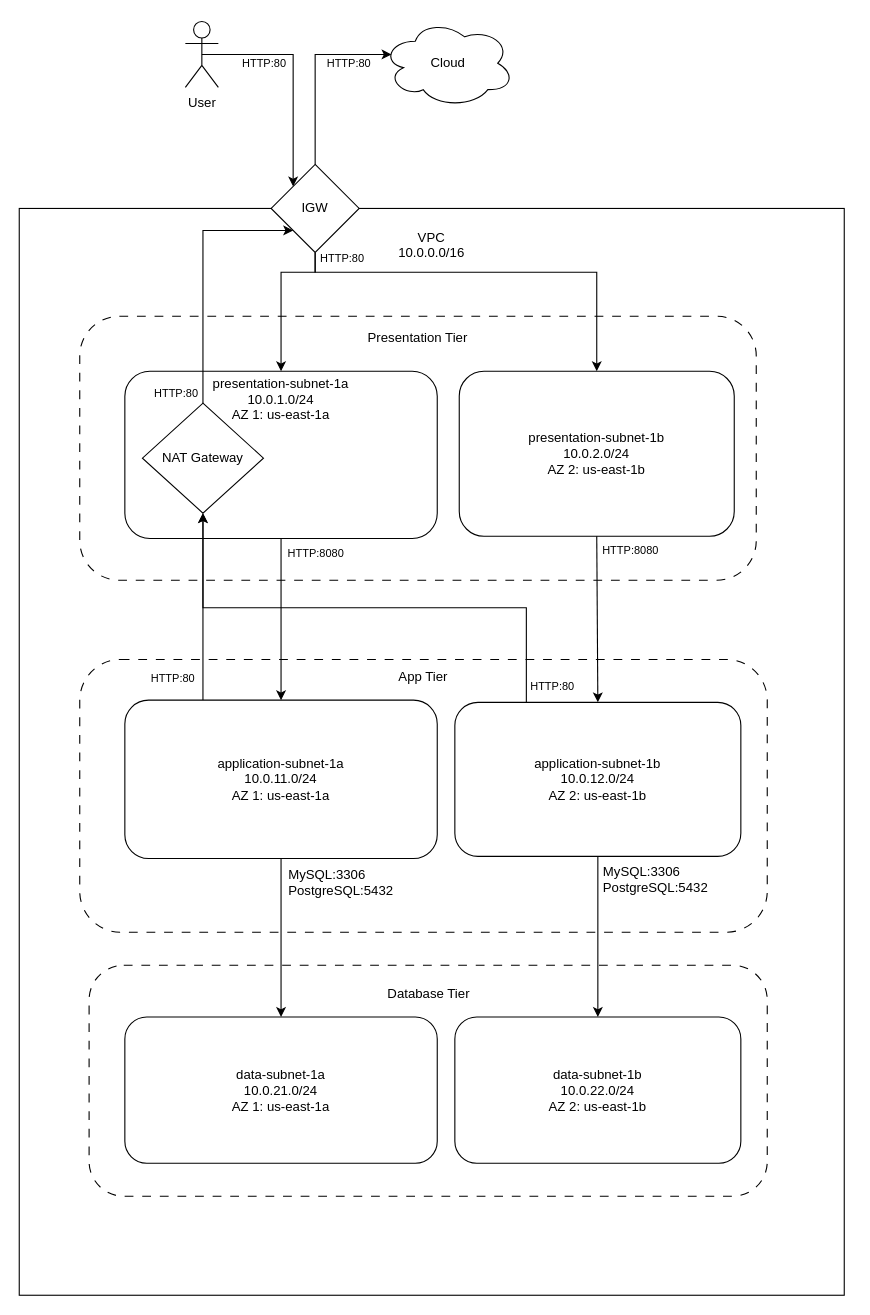
Earlier version of the draw.io diagram architecture/XML/Network.drawio (Jcaldana97/ce-project-three-tier-arch). Source tidied: cells renumbered, new cells numbered last; positions are measured from the earlier drawing's top-left corner, leaving out a move shared by most shapes. Both pictures are drawn from the tidied source at 110%, with x=0, y=0 at pixel (19, 19).
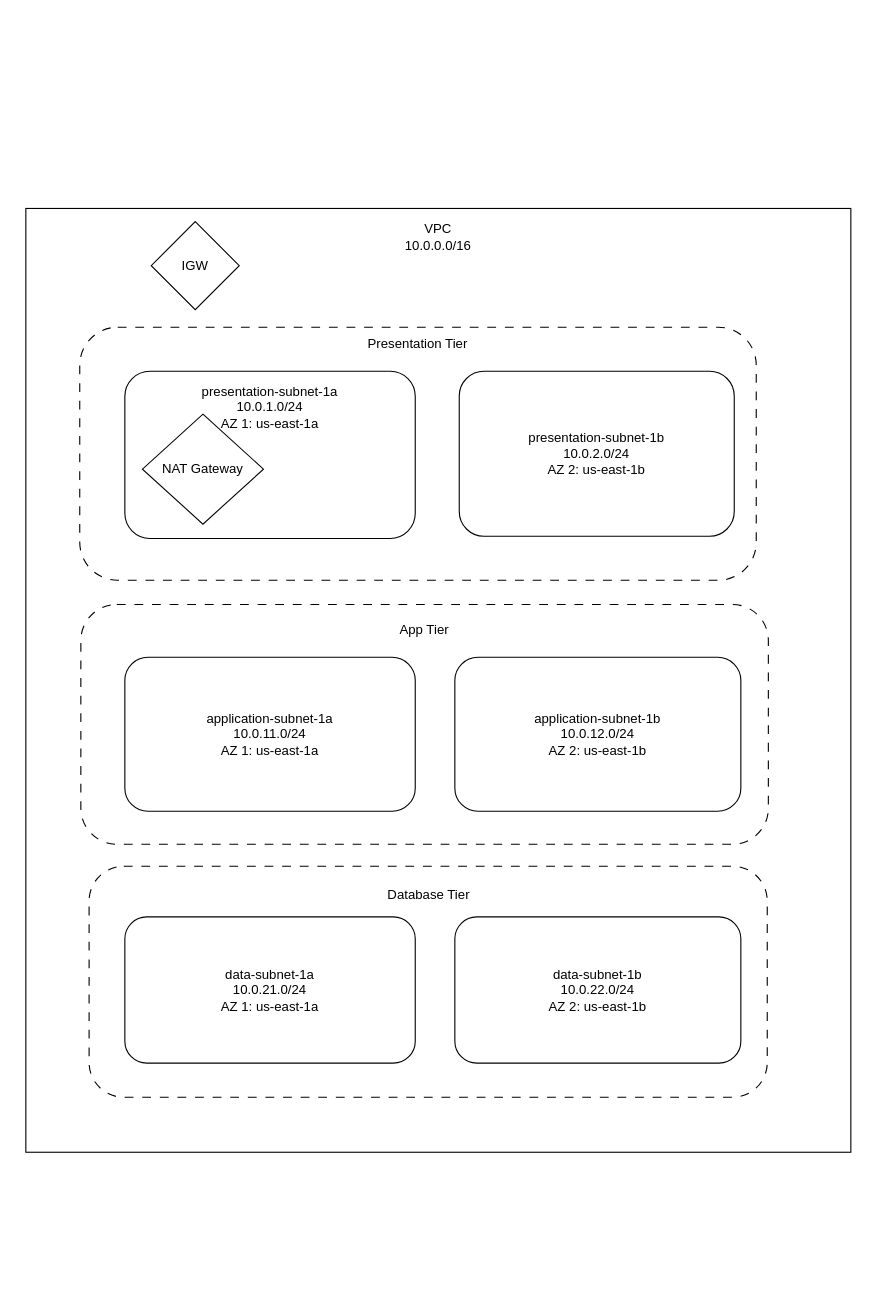
After the change.

Commit message (it also covers changes not shown here):
Add Traffic Flow Diagram

The change refers to these unchanged cells:
```xml
<mxCell id="7" value="&lt;div&gt;presentation-subnet-1b&lt;/div&gt;&lt;div&gt;&lt;span style=&quot;font-size: 12px;&quot;&gt;10.0.2.0/24&lt;/span&gt;&lt;/div&gt;AZ 2: us-east-1b" style="rounded=1;whiteSpace=wrap;html=1;" parent="1" vertex="1">
  <mxGeometry x="400" y="320" width="250" height="150" as="geometry" />
</mxCell>
```

What changed in the source:
```diff
@@
-    <mxCell id="2" value="&lt;div&gt;VPC&lt;/div&gt;&lt;div&gt;10.0.0.0/16&lt;/div&gt;&lt;div&gt;&lt;br&gt;&lt;/div&gt;&lt;div&gt;&lt;br&gt;&lt;/div&gt;&lt;div&gt;&lt;br&gt;&lt;/div&gt;&lt;div&gt;&lt;br&gt;&lt;/div&gt;&lt;div&gt;&lt;br&gt;&lt;/div&gt;&lt;div&gt;&lt;br&gt;&lt;/div&gt;&lt;div&gt;&lt;br&gt;&lt;/div&gt;&lt;div&gt;&lt;br&gt;&lt;/div&gt;&lt;div&gt;&lt;br&gt;&lt;/div&gt;&lt;div&gt;&lt;br&gt;&lt;/div&gt;&lt;div&gt;&lt;br&gt;&lt;/div&gt;&lt;div&gt;&lt;br&gt;&lt;/div&gt;&lt;div&gt;&lt;br&gt;&lt;/div&gt;&lt;div&gt;&lt;br&gt;&lt;/div&gt;&lt;div&gt;&lt;br&gt;&lt;/div&gt;&lt;div&gt;&lt;br&gt;&lt;/div&gt;&lt;div&gt;&lt;br&gt;&lt;/div&gt;&lt;div&gt;&lt;br&gt;&lt;/div&gt;&lt;div&gt;&lt;br&gt;&lt;/div&gt;&lt;div&gt;&lt;br&gt;&lt;/div&gt;&lt;div&gt;&lt;br&gt;&lt;/div&gt;&lt;div&gt;&lt;br&gt;&lt;/div&gt;&lt;div&gt;&lt;br&gt;&lt;/div&gt;&lt;div&gt;&lt;br&gt;&lt;/div&gt;&lt;div&gt;&lt;br&gt;&lt;/div&gt;&lt;div&gt;&lt;br&gt;&lt;/div&gt;&lt;div&gt;&lt;br&gt;&lt;/div&gt;&lt;div&gt;&lt;br&gt;&lt;/div&gt;&lt;div&gt;&lt;br&gt;&lt;/div&gt;&lt;div&gt;&lt;br&gt;&lt;/div&gt;&lt;div&gt;&lt;br&gt;&lt;/div&gt;&lt;div&gt;&lt;br&gt;&lt;/div&gt;&lt;div&gt;&lt;br&gt;&lt;/div&gt;&lt;div&gt;&lt;br&gt;&lt;/div&gt;&lt;div&gt;&lt;br&gt;&lt;/div&gt;&lt;div&gt;&lt;br&gt;&lt;/div&gt;&lt;div&gt;&lt;br&gt;&lt;/div&gt;&lt;div&gt;&lt;br&gt;&lt;/div&gt;&lt;div&gt;&lt;br&gt;&lt;/div&gt;&lt;div&gt;&lt;br&gt;&lt;/div&gt;&lt;div&gt;&lt;br&gt;&lt;/div&gt;&lt;div&gt;&lt;br&gt;&lt;/div&gt;&lt;div&gt;&lt;br&gt;&lt;/div&gt;&lt;div&gt;&lt;br&gt;&lt;/div&gt;&lt;div&gt;&lt;br&gt;&lt;/div&gt;&lt;div&gt;&lt;br&gt;&lt;/div&gt;&lt;div&gt;&lt;br&gt;&lt;/div&gt;&lt;div&gt;&lt;br&gt;&lt;/div&gt;&lt;div&gt;&lt;br&gt;&lt;/div&gt;&lt;div&gt;&lt;br&gt;&lt;/div&gt;&lt;div&gt;&lt;br&gt;&lt;/div&gt;&lt;div&gt;&lt;br&gt;&lt;/div&gt;&lt;div&gt;&lt;br&gt;&lt;/div&gt;&lt;div&gt;&lt;br&gt;&lt;/div&gt;&lt;div&gt;&lt;br&gt;&lt;/div&gt;&lt;div&gt;&lt;br&gt;&lt;/div&gt;&lt;div&gt;&lt;br&gt;&lt;/div&gt;&lt;div&gt;&lt;br&gt;&lt;/div&gt;&lt;div&gt;&lt;br&gt;&lt;/div&gt;&lt;div&gt;&lt;br&gt;&lt;/div&gt;&lt;div&gt;&lt;br&gt;&lt;/div&gt;&lt;div&gt;&lt;br&gt;&lt;/div&gt;&lt;div&gt;&lt;br&gt;&lt;/div&gt;&lt;div&gt;&lt;br&gt;&lt;/div&gt;" style="rounded=0;whiteSpace=wrap;html=1;" parent="1" vertex="1">
-      <mxGeometry y="172" width="750" height="988" as="geometry" />
+    <mxCell id="2" value="&lt;div&gt;VPC&lt;/div&gt;&lt;div&gt;10.0.0.0/16&lt;/div&gt;&lt;div&gt;&lt;br&gt;&lt;/div&gt;&lt;div&gt;&lt;br&gt;&lt;/div&gt;&lt;div&gt;&lt;br&gt;&lt;/div&gt;&lt;div&gt;&lt;br&gt;&lt;/div&gt;&lt;div&gt;&lt;br&gt;&lt;/div&gt;&lt;div&gt;&lt;br&gt;&lt;/div&gt;&lt;div&gt;&lt;br&gt;&lt;/div&gt;&lt;div&gt;&lt;br&gt;&lt;/div&gt;&lt;div&gt;&lt;br&gt;&lt;/div&gt;&lt;div&gt;&lt;br&gt;&lt;/div&gt;&lt;div&gt;&lt;br&gt;&lt;/div&gt;&lt;div&gt;&lt;br&gt;&lt;/div&gt;&lt;div&gt;&lt;br&gt;&lt;/div&gt;&lt;div&gt;&lt;br&gt;&lt;/div&gt;&lt;div&gt;&lt;br&gt;&lt;/div&gt;&lt;div&gt;&lt;br&gt;&lt;/div&gt;&lt;div&gt;&lt;br&gt;&lt;/div&gt;&lt;div&gt;&lt;br&gt;&lt;/div&gt;&lt;div&gt;&lt;br&gt;&lt;/div&gt;&lt;div&gt;&lt;br&gt;&lt;/div&gt;&lt;div&gt;&lt;br&gt;&lt;/div&gt;&lt;div&gt;&lt;br&gt;&lt;/div&gt;&lt;div&gt;&lt;br&gt;&lt;/div&gt;&lt;div&gt;&lt;br&gt;&lt;/div&gt;&lt;div&gt;&lt;br&gt;&lt;/div&gt;&lt;div&gt;&lt;br&gt;&lt;/div&gt;&lt;div&gt;&lt;br&gt;&lt;/div&gt;&lt;div&gt;&lt;br&gt;&lt;/div&gt;&lt;div&gt;&lt;br&gt;&lt;/div&gt;&lt;div&gt;&lt;br&gt;&lt;/div&gt;&lt;div&gt;&lt;br&gt;&lt;/div&gt;&lt;div&gt;&lt;br&gt;&lt;/div&gt;&lt;div&gt;&lt;br&gt;&lt;/div&gt;&lt;div&gt;&lt;br&gt;&lt;/div&gt;&lt;div&gt;&lt;br&gt;&lt;/div&gt;&lt;div&gt;&lt;br&gt;&lt;/div&gt;&lt;div&gt;&lt;br&gt;&lt;/div&gt;&lt;div&gt;&lt;br&gt;&lt;/div&gt;&lt;div&gt;&lt;br&gt;&lt;/div&gt;&lt;div&gt;&lt;br&gt;&lt;/div&gt;&lt;div&gt;&lt;br&gt;&lt;/div&gt;&lt;div&gt;&lt;br&gt;&lt;/div&gt;&lt;div&gt;&lt;br&gt;&lt;/div&gt;&lt;div&gt;&lt;br&gt;&lt;/div&gt;&lt;div&gt;&lt;br&gt;&lt;/div&gt;&lt;div&gt;&lt;br&gt;&lt;/div&gt;&lt;div&gt;&lt;br&gt;&lt;/div&gt;&lt;div&gt;&lt;br&gt;&lt;/div&gt;&lt;div&gt;&lt;br&gt;&lt;/div&gt;&lt;div&gt;&lt;br&gt;&lt;/div&gt;&lt;div&gt;&lt;br&gt;&lt;/div&gt;&lt;div&gt;&lt;br&gt;&lt;/div&gt;&lt;div&gt;&lt;br&gt;&lt;/div&gt;&lt;div&gt;&lt;br&gt;&lt;/div&gt;&lt;div&gt;&lt;br&gt;&lt;/div&gt;&lt;div&gt;&lt;br&gt;&lt;/div&gt;" style="rounded=0;whiteSpace=wrap;html=1;" parent="1" vertex="1">
+      <mxGeometry x="6" y="172" width="750" height="858" as="geometry" />
     </mxCell>
     <mxCell id="3" value="Presentation Tier&lt;br&gt;&lt;div&gt;&lt;span style=&quot;background-color: transparent; color: light-dark(rgb(0, 0, 0), rgb(255, 255, 255));&quot;&gt;&amp;nbsp; &amp;nbsp;&amp;nbsp;&lt;/span&gt;&lt;/div&gt;&lt;div&gt;&lt;br&gt;&lt;/div&gt;&lt;div&gt;&lt;br&gt;&lt;/div&gt;&lt;div&gt;&lt;br&gt;&lt;/div&gt;&lt;div&gt;&lt;br&gt;&lt;/div&gt;&lt;div&gt;&lt;br&gt;&lt;/div&gt;&lt;div&gt;&lt;br&gt;&lt;/div&gt;&lt;div&gt;&lt;br&gt;&lt;/div&gt;&lt;div&gt;&lt;br&gt;&lt;/div&gt;&lt;div&gt;&lt;br&gt;&lt;/div&gt;&lt;div&gt;&lt;br&gt;&lt;/div&gt;&lt;div&gt;&lt;br&gt;&lt;/div&gt;&lt;div&gt;&lt;br&gt;&lt;/div&gt;&lt;div&gt;&lt;br&gt;&lt;/div&gt;" style="rounded=1;whiteSpace=wrap;html=1;dashed=1;dashPattern=8 8;" parent="1" vertex="1">
-      <mxGeometry x="55" y="270" width="615" height="240" as="geometry" />
+      <mxGeometry x="55" y="280" width="615" height="230" as="geometry" />
     </mxCell>
-    <mxCell id="4" value="App Tier&lt;div&gt;&lt;br&gt;&lt;/div&gt;&lt;div&gt;&lt;br&gt;&lt;/div&gt;&lt;div&gt;&lt;br&gt;&lt;/div&gt;&lt;div&gt;&lt;br&gt;&lt;/div&gt;&lt;div&gt;&lt;br&gt;&lt;/div&gt;&lt;div&gt;&lt;br&gt;&lt;/div&gt;&lt;div&gt;&lt;br&gt;&lt;/div&gt;&lt;div&gt;&lt;br&gt;&lt;/div&gt;&lt;div&gt;&lt;br&gt;&lt;/div&gt;&lt;div&gt;&lt;br&gt;&lt;/div&gt;&lt;div&gt;&lt;br&gt;&lt;/div&gt;&lt;div&gt;&lt;br&gt;&lt;/div&gt;&lt;div&gt;&lt;br&gt;&lt;/div&gt;&lt;div&gt;&lt;br&gt;&lt;/div&gt;&lt;div&gt;&lt;br&gt;&lt;/div&gt;" style="rounded=1;whiteSpace=wrap;html=1;dashed=1;dashPattern=8 8;" parent="1" vertex="1">
-      <mxGeometry x="55" y="582" width="625" height="248" as="geometry" />
+    <mxCell id="4" value="App Tier&lt;div&gt;&lt;br&gt;&lt;/div&gt;&lt;div&gt;&lt;br&gt;&lt;/div&gt;&lt;div&gt;&lt;br&gt;&lt;/div&gt;&lt;div&gt;&lt;br&gt;&lt;/div&gt;&lt;div&gt;&lt;br&gt;&lt;/div&gt;&lt;div&gt;&lt;br&gt;&lt;/div&gt;&lt;div&gt;&lt;br&gt;&lt;/div&gt;&lt;div&gt;&lt;br&gt;&lt;/div&gt;&lt;div&gt;&lt;br&gt;&lt;/div&gt;&lt;div&gt;&lt;br&gt;&lt;/div&gt;&lt;div&gt;&lt;br&gt;&lt;/div&gt;&lt;div&gt;&lt;br&gt;&lt;/div&gt;" style="rounded=1;whiteSpace=wrap;html=1;dashed=1;dashPattern=8 8;" parent="1" vertex="1">
+      <mxGeometry x="56" y="532" width="625" height="218" as="geometry" />
     </mxCell>
-    <mxCell id="5" style="edgeStyle=orthogonalEdgeStyle;rounded=0;jettySize=auto;html=1;entryX=0.5;entryY=0;entryDx=0;entryDy=0;" parent="1" edge="1" source="6" target="9">
-      <mxGeometry relative="1" as="geometry" />
-    </mxCell>
-    <mxCell id="6" value="&lt;div&gt;presentation-subnet-1a&lt;/div&gt;&lt;div&gt;&lt;span style=&quot;font-size: 12px;&quot;&gt;10.0.1.0/24&lt;/span&gt;&lt;/div&gt;AZ 1: us-east-1a&lt;div&gt;&lt;br&gt;&lt;/div&gt;&lt;div&gt;&lt;br&gt;&lt;/div&gt;&lt;div&gt;&lt;br&gt;&lt;/div&gt;&lt;div&gt;&lt;br&gt;&lt;/div&gt;&lt;div&gt;&lt;br&gt;&lt;/div&gt;&lt;div&gt;&lt;br&gt;&lt;/div&gt;&lt;div&gt;&lt;br&gt;&lt;/div&gt;" style="rounded=1;whiteSpace=wrap;html=1;" parent="1" vertex="1">
-      <mxGeometry x="96" y="320" width="284" height="152" as="geometry" />
+    <mxCell id="6" value="&lt;div&gt;presentation-subnet-1a&lt;/div&gt;&lt;div&gt;&lt;span style=&quot;font-size: 12px;&quot;&gt;10.0.1.0/24&lt;/span&gt;&lt;/div&gt;AZ 1: us-east-1a&lt;div&gt;&lt;br&gt;&lt;/div&gt;&lt;div&gt;&lt;br&gt;&lt;/div&gt;&lt;div&gt;&lt;br&gt;&lt;/div&gt;&lt;div&gt;&lt;br&gt;&lt;/div&gt;&lt;div&gt;&lt;br&gt;&lt;/div&gt;&lt;div&gt;&lt;br&gt;&lt;/div&gt;" style="rounded=1;whiteSpace=wrap;html=1;" parent="1" vertex="1">
+      <mxGeometry x="96" y="320" width="264" height="152" as="geometry" />
     </mxCell>
@@
-    <mxCell id="8" style="edgeStyle=orthogonalEdgeStyle;rounded=0;jettySize=auto;html=1;exitX=0.25;exitY=0;exitDx=0;exitDy=0;" parent="1" edge="1" source="9" target="23">
-      <mxGeometry relative="1" as="geometry" />
-    </mxCell>
     <mxCell id="9" value="&lt;div&gt;application-subnet-1a&lt;/div&gt;&lt;div&gt;&lt;span style=&quot;font-size: 12px;&quot;&gt;10.0.11.0/24&lt;/span&gt;&lt;/div&gt;AZ 1: us-east-1a" style="rounded=1;whiteSpace=wrap;html=1;" parent="1" vertex="1">
-      <mxGeometry x="96" y="619" width="284" height="144" as="geometry" />
+      <mxGeometry x="96" y="580" width="264" height="140" as="geometry" />
     </mxCell>
     <mxCell id="10" value="&lt;div&gt;application-subnet-1b&lt;/div&gt;&lt;div&gt;&lt;span style=&quot;font-size: 12px;&quot;&gt;10.0.12.0/24&lt;/span&gt;&lt;/div&gt;AZ 2: us-east-1b" style="rounded=1;whiteSpace=wrap;html=1;" parent="1" vertex="1">
-      <mxGeometry x="396" y="621" width="260" height="140" as="geometry" />
+      <mxGeometry x="396" y="580" width="260" height="140" as="geometry" />
     </mxCell>
-    <mxCell id="11" style="edgeStyle=orthogonalEdgeStyle;rounded=0;jettySize=auto;html=1;exitX=0.5;exitY=0.5;exitDx=0;exitDy=0;exitPerimeter=0;entryX=0;entryY=0;entryDx=0;entryDy=0;" parent="1" edge="1" source="13" target="22">
-      <mxGeometry relative="1" as="geometry" />
-    </mxCell>
     <mxCell id="12" value="Database Tier&lt;div&gt;&lt;br&gt;&lt;/div&gt;&lt;div&gt;&lt;br&gt;&lt;/div&gt;&lt;div&gt;&lt;br&gt;&lt;/div&gt;&lt;div&gt;&lt;br&gt;&lt;/div&gt;&lt;div&gt;&lt;br&gt;&lt;/div&gt;&lt;div&gt;&lt;br&gt;&lt;/div&gt;&lt;div&gt;&lt;br&gt;&lt;/div&gt;&lt;div&gt;&lt;br&gt;&lt;/div&gt;&lt;div&gt;&lt;br&gt;&lt;/div&gt;&lt;div&gt;&lt;br&gt;&lt;/div&gt;&lt;div&gt;&lt;br&gt;&lt;/div&gt;" style="rounded=1;whiteSpace=wrap;html=1;dashed=1;dashPattern=8 8;" parent="1" vertex="1">
-      <mxGeometry x="63.5" y="860" width="616.5" height="210" as="geometry" />
+      <mxGeometry x="63.5" y="770" width="616.5" height="210" as="geometry" />
     </mxCell>
-    <mxCell id="13" value="User" style="shape=umlActor;verticalLabelPosition=bottom;verticalAlign=top;html=1;outlineConnect=0;" parent="1" vertex="1">
-      <mxGeometry x="151" y="2" width="30" height="60" as="geometry" />
-    </mxCell>
     <mxCell id="14" value="&lt;div&gt;data-subnet-1a&lt;/div&gt;&lt;div&gt;&lt;span style=&quot;font-size: 12px;&quot;&gt;10.0.21.0/24&lt;/span&gt;&lt;/div&gt;AZ 1: us-east-1a" style="rounded=1;whiteSpace=wrap;html=1;" parent="1" vertex="1">
-      <mxGeometry x="96" y="907" width="284" height="133" as="geometry" />
+      <mxGeometry x="96" y="816" width="264" height="133" as="geometry" />
     </mxCell>
-    <mxCell id="15" style="endArrow=classic;html=1;rounded=0;edgeStyle=orthogonalEdgeStyle;exitX=0.5;exitY=1;exitDx=0;exitDy=0;entryX=0.5;entryY=0;entryDx=0;entryDy=0;" parent="1" edge="1" source="22" target="6">
-      <mxGeometry relative="1" as="geometry">
-        <Array as="points">
-          <mxPoint x="269" y="230" />
-          <mxPoint x="238" y="230" />
-        </Array>
-      </mxGeometry>
-    </mxCell>
-    <mxCell id="16" style="endArrow=classic;html=1;rounded=0;exitX=0.5;exitY=1;exitDx=0;exitDy=0;entryX=0.5;entryY=0;entryDx=0;entryDy=0;" parent="1" edge="1" source="9" target="14">
-      <mxGeometry relative="1" as="geometry" />
-    </mxCell>
-    <mxCell id="17" value="Cloud" style="ellipse;shape=cloud;whiteSpace=wrap;html=1;" parent="1" vertex="1">
-      <mxGeometry x="330" width="120" height="80" as="geometry" />
-    </mxCell>
-    <mxCell id="18" style="edgeStyle=orthogonalEdgeStyle;rounded=0;jettySize=auto;html=1;exitX=0.5;exitY=0;exitDx=0;exitDy=0;entryX=0;entryY=1;entryDx=0;entryDy=0;" parent="1" edge="1" source="23" target="22">
-      <mxGeometry relative="1" as="geometry">
-        <Array as="points">
-          <mxPoint x="167" y="192" />
-        </Array>
-      </mxGeometry>
-    </mxCell>
-    <mxCell id="19" value="&lt;font style=&quot;font-size: 10px;&quot;&gt;HTTP:80&lt;/font&gt;" style="text;html=1;whiteSpace=wrap;strokeColor=none;fillColor=none;align=center;verticalAlign=middle;rounded=0;" parent="1" vertex="1">
-      <mxGeometry x="264" y="207" width="60" height="20" as="geometry" />
-    </mxCell>
-    <mxCell id="20" value="&lt;font style=&quot;font-size: 10px;&quot;&gt;HTTP:8080&lt;/font&gt;" style="text;html=1;whiteSpace=wrap;strokeColor=none;fillColor=none;align=center;verticalAlign=middle;rounded=0;" parent="1" vertex="1">
-      <mxGeometry x="526" y="473" width="60" height="20" as="geometry" />
-    </mxCell>
-    <mxCell id="21" style="edgeStyle=orthogonalEdgeStyle;rounded=0;jettySize=auto;html=1;entryX=0.5;entryY=0;entryDx=0;entryDy=0;exitX=0.5;exitY=1;exitDx=0;exitDy=0;" parent="1" edge="1" source="22" target="7">
-      <mxGeometry relative="1" as="geometry">
-        <Array as="points">
-          <mxPoint x="269" y="230" />
-          <mxPoint x="525" y="230" />
-        </Array>
-      </mxGeometry>
-    </mxCell>
     <mxCell id="22" value="IGW" style="rhombus;whiteSpace=wrap;html=1;" parent="1" vertex="1">
-      <mxGeometry x="229" y="132" width="80" height="80" as="geometry" />
+      <mxGeometry x="120" y="184" width="80" height="80" as="geometry" />
     </mxCell>
     <mxCell id="23" value="NAT Gateway" style="rhombus;whiteSpace=wrap;html=1;" parent="1" vertex="1">
-      <mxGeometry x="112" y="349" width="110" height="100" as="geometry" />
+      <mxGeometry x="112" y="359" width="110" height="100" as="geometry" />
     </mxCell>
-    <mxCell id="24" value="&lt;font style=&quot;font-size: 10px;&quot;&gt;HTTP:80&lt;/font&gt;" style="text;html=1;whiteSpace=wrap;strokeColor=none;fillColor=none;align=center;verticalAlign=middle;rounded=0;" parent="1" vertex="1">
-      <mxGeometry x="270" y="30" width="60" height="20" as="geometry" />
-    </mxCell>
-    <mxCell id="25" value="&lt;font style=&quot;font-size: 10px;&quot;&gt;HTTP:80&lt;/font&gt;" style="text;html=1;whiteSpace=wrap;strokeColor=none;fillColor=none;align=center;verticalAlign=middle;rounded=0;" parent="1" vertex="1">
-      <mxGeometry x="455" y="596" width="60" height="20" as="geometry" />
-    </mxCell>
-    <mxCell id="26" value="&lt;font style=&quot;font-size: 10px;&quot;&gt;HTTP:8080&lt;/font&gt;" style="text;html=1;whiteSpace=wrap;strokeColor=none;fillColor=none;align=center;verticalAlign=middle;rounded=0;" parent="1" vertex="1">
-      <mxGeometry x="240" y="475" width="60" height="20" as="geometry" />
-    </mxCell>
-    <mxCell id="27" value="&lt;font style=&quot;font-size: 10px;&quot;&gt;HTTP:80&lt;/font&gt;" style="text;html=1;whiteSpace=wrap;strokeColor=none;fillColor=none;align=center;verticalAlign=middle;rounded=0;" parent="1" vertex="1">
-      <mxGeometry x="110" y="589" width="60" height="20" as="geometry" />
-    </mxCell>
-    <mxCell id="28" value="&lt;font style=&quot;font-size: 10px;&quot;&gt;HTTP:80&lt;/font&gt;" style="text;html=1;whiteSpace=wrap;strokeColor=none;fillColor=none;align=center;verticalAlign=middle;rounded=0;" parent="1" vertex="1">
-      <mxGeometry x="113" y="330" width="60" height="20" as="geometry" />
-    </mxCell>
-    <mxCell id="29" style="endArrow=classic;html=1;rounded=0;exitX=0.25;exitY=0;exitDx=0;exitDy=0;entryX=0.5;entryY=1;entryDx=0;entryDy=0;edgeStyle=orthogonalEdgeStyle;" parent="1" edge="1" source="10" target="23">
-      <mxGeometry relative="1" as="geometry" />
-    </mxCell>
-    <mxCell id="30" style="endArrow=classic;html=1;rounded=0;exitX=0.5;exitY=1;exitDx=0;exitDy=0;entryX=0.5;entryY=0;entryDx=0;entryDy=0;" parent="1" edge="1" source="7" target="10">
-      <mxGeometry relative="1" as="geometry" />
-    </mxCell>
-    <mxCell id="31" value="&lt;font style=&quot;font-size: 10px;&quot;&gt;HTTP:80&lt;/font&gt;" style="text;html=1;whiteSpace=wrap;strokeColor=none;fillColor=none;align=center;verticalAlign=middle;rounded=0;" parent="1" vertex="1">
-      <mxGeometry x="193" y="30" width="60" height="20" as="geometry" />
-    </mxCell>
     <mxCell id="32" value="&lt;div&gt;data-subnet-1b&lt;/div&gt;&lt;div&gt;&lt;span style=&quot;font-size: 12px;&quot;&gt;10.0.22.0/24&lt;/span&gt;&lt;/div&gt;AZ 2: us-east-1b" style="rounded=1;whiteSpace=wrap;html=1;" parent="1" vertex="1">
-      <mxGeometry x="396" y="907" width="260" height="133" as="geometry" />
+      <mxGeometry x="396" y="816" width="260" height="133" as="geometry" />
     </mxCell>
-    <mxCell id="33" style="endArrow=classic;html=1;rounded=0;exitX=0.5;exitY=1;exitDx=0;exitDy=0;entryX=0.5;entryY=0;entryDx=0;entryDy=0;" parent="1" edge="1" source="10" target="32">
-      <mxGeometry relative="1" as="geometry" />
-    </mxCell>
-    <mxCell id="34" value="MySQL:3306&lt;div&gt;PostgreSQL:5432&lt;/div&gt;" style="text;html=1;whiteSpace=wrap;strokeColor=none;fillColor=none;align=left;verticalAlign=middle;rounded=0;" parent="1" vertex="1">
-      <mxGeometry x="243" y="770" width="107" height="30" as="geometry" />
-    </mxCell>
-    <mxCell id="35" value="MySQL:3306&lt;div&gt;PostgreSQL:5432&lt;/div&gt;" style="text;html=1;whiteSpace=wrap;strokeColor=none;fillColor=none;align=left;verticalAlign=middle;rounded=0;" parent="1" vertex="1">
-      <mxGeometry x="529" y="767" width="107" height="30" as="geometry" />
-    </mxCell>
-    <mxCell id="36" style="endArrow=classic;html=1;rounded=0;exitX=0.5;exitY=0;exitDx=0;exitDy=0;entryX=0.07;entryY=0.4;entryDx=0;entryDy=0;entryPerimeter=0;edgeStyle=orthogonalEdgeStyle;" parent="1" edge="1" source="22" target="17">
-      <mxGeometry relative="1" as="geometry">
-        <Array as="points">
-          <mxPoint x="269" y="32" />
-        </Array>
-      </mxGeometry>
-    </mxCell>
```
